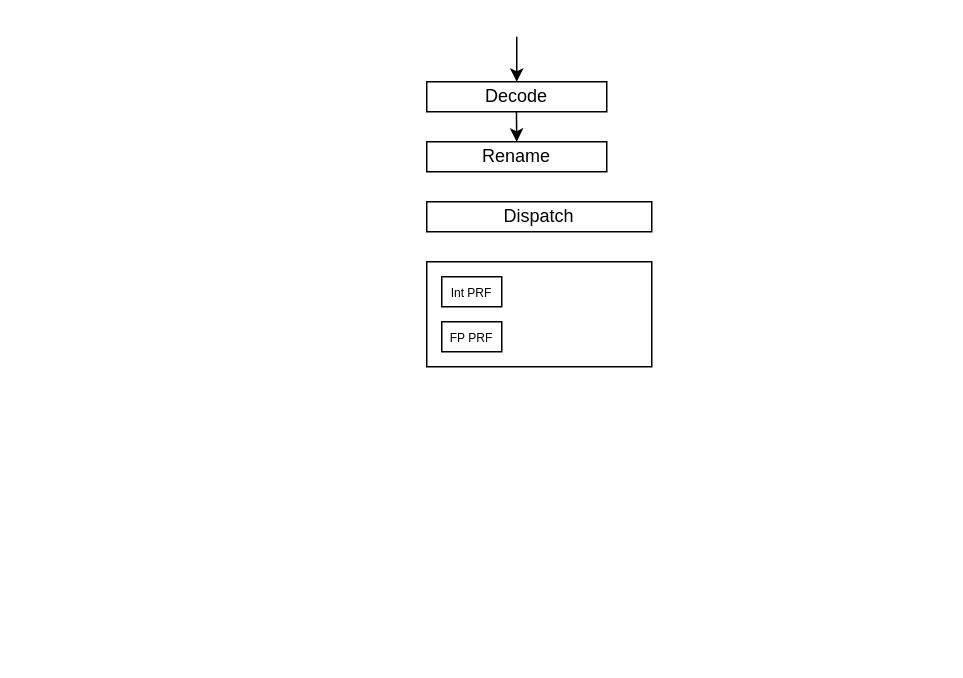
Above: 未命名绘图.drawio in BOSC-Heterogeneous-System-Group/XiangShan (draw.io), before the change. Source tidied: cells renumbered, new cells numbered last; positions are measured from the earlier drawing's top-left corner, leaving out a move shared by most shapes. Both pictures are drawn from the tidied source at 150%, with x=0, y=0 at pixel (426, 36).
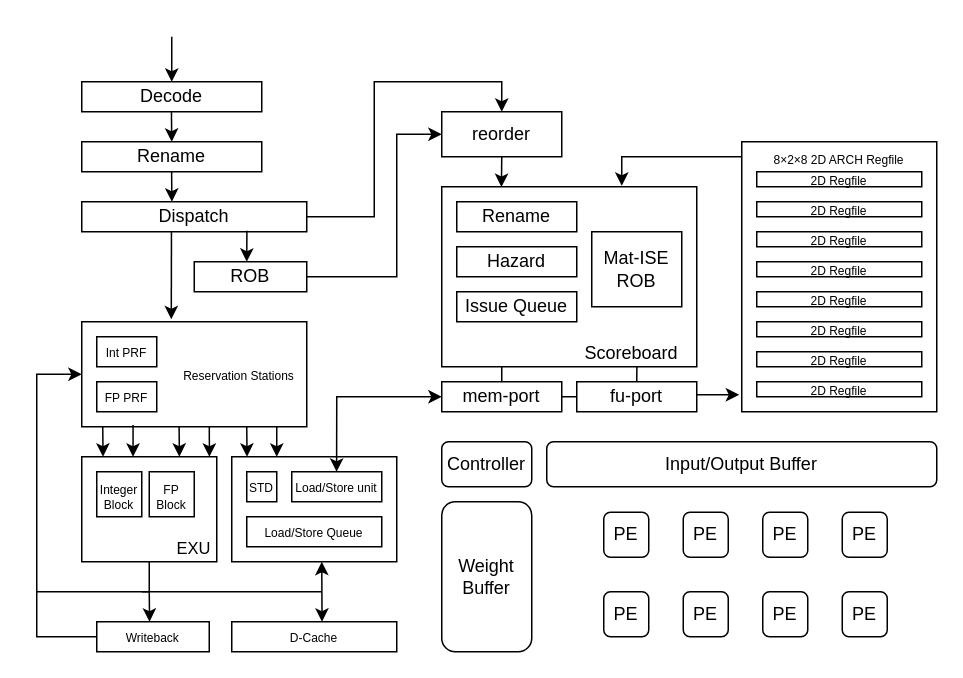
The same diagram, later.

Commit message:
diagram: update ARCH block diagram

What changed in the source:
```diff
@@
+    <mxCell id="10" value="&lt;div&gt;&lt;br&gt;&lt;/div&gt;" style="rounded=0;whiteSpace=wrap;html=1;" parent="1" vertex="1">
+      <mxGeometry x="210" y="70" width="130" height="180" as="geometry" />
+    </mxCell>
-    <mxCell id="2" style="endArrow=classic;html=1;rounded=0;" parent="1" edge="1">
+    <mxCell id="2" style="endArrow=classic;html=1;rounded=0;jumpSize=1;" parent="1" edge="1">
       <mxGeometry relative="1" as="geometry">
-        <mxPoint x="60" as="sourcePoint" />
-        <mxPoint x="60" y="30" as="targetPoint" />
+        <mxPoint x="-170" as="sourcePoint" />
+        <mxPoint x="-170" y="30" as="targetPoint" />
       </mxGeometry>
     </mxCell>
     <mxCell id="3" value="Decode" style="rounded=0;whiteSpace=wrap;html=1;" parent="1" vertex="1">
-      <mxGeometry y="30" width="120" height="20" as="geometry" />
+      <mxGeometry x="-230" y="30" width="120" height="20" as="geometry" />
     </mxCell>
     <mxCell id="4" value="Rename" style="rounded=0;whiteSpace=wrap;html=1;" parent="1" vertex="1">
-      <mxGeometry y="70" width="120" height="20" as="geometry" />
+      <mxGeometry x="-230" y="70" width="120" height="20" as="geometry" />
     </mxCell>
-    <mxCell id="5" style="endArrow=classic;html=1;rounded=0;" parent="1" edge="1">
+    <mxCell id="5" style="endArrow=classic;html=1;rounded=0;jumpSize=1;" parent="1" edge="1">
       <mxGeometry relative="1" as="geometry">
-        <mxPoint x="59.8" y="50" as="sourcePoint" />
-        <mxPoint x="60" y="70" as="targetPoint" />
+        <mxPoint x="-170.2" y="50" as="sourcePoint" />
+        <mxPoint x="-170" y="70" as="targetPoint" />
       </mxGeometry>
     </mxCell>
+    <mxCell id="11" style="edgeStyle=orthogonalEdgeStyle;rounded=0;jettySize=auto;html=1;entryX=0.5;entryY=0;entryDx=0;entryDy=0;" parent="1" edge="1" source="6" target="35">
+      <mxGeometry relative="1" as="geometry" />
+    </mxCell>
     <mxCell id="6" value="Dispatch" style="rounded=0;whiteSpace=wrap;html=1;" parent="1" vertex="1">
-      <mxGeometry y="110" width="150" height="20" as="geometry" />
+      <mxGeometry x="-230" y="110" width="150" height="20" as="geometry" />
     </mxCell>
-    <mxCell id="7" style="rounded=0;whiteSpace=wrap;html=1;" parent="1" vertex="1">
-      <mxGeometry y="150" width="150" height="70" as="geometry" />
+    <mxCell id="7" value="&amp;nbsp; &amp;nbsp; &amp;nbsp; &amp;nbsp; &amp;nbsp; &amp;nbsp; &amp;nbsp; &amp;nbsp; &amp;nbsp; &lt;font style=&quot;font-size: 8px;&quot;&gt;Reservation Stations&lt;/font&gt;" style="rounded=0;whiteSpace=wrap;html=1;" parent="1" vertex="1">
+      <mxGeometry x="-230" y="190" width="150" height="70" as="geometry" />
     </mxCell>
     <mxCell id="8" value="&lt;font style=&quot;font-size: 8px;&quot;&gt;Int PRF&lt;/font&gt;" style="rounded=0;whiteSpace=wrap;html=1;" parent="1" vertex="1">
-      <mxGeometry x="10" y="160" width="40" height="20" as="geometry" />
+      <mxGeometry x="-220" y="200" width="40" height="20" as="geometry" />
     </mxCell>
     <mxCell id="9" value="&lt;font style=&quot;font-size: 8px;&quot;&gt;FP PRF&lt;/font&gt;" style="rounded=0;whiteSpace=wrap;html=1;" parent="1" vertex="1">
-      <mxGeometry x="10" y="190" width="40" height="20" as="geometry" />
+      <mxGeometry x="-220" y="230" width="40" height="20" as="geometry" />
     </mxCell>
+    <mxCell id="12" style="endArrow=classic;html=1;rounded=0;jumpSize=1;" parent="1" edge="1">
+      <mxGeometry relative="1" as="geometry">
+        <mxPoint x="-170.1" y="90" as="sourcePoint" />
+        <mxPoint x="-169.9" y="110" as="targetPoint" />
+      </mxGeometry>
+    </mxCell>
+    <mxCell id="13" style="endArrow=classic;html=1;rounded=0;entryX=0.398;entryY=-0.023;entryDx=0;entryDy=0;entryPerimeter=0;jumpSize=1;" parent="1" edge="1" target="7">
+      <mxGeometry relative="1" as="geometry">
+        <mxPoint x="-170.2" y="130" as="sourcePoint" />
+      </mxGeometry>
+    </mxCell>
+    <mxCell id="14" style="endArrow=classic;html=1;rounded=0;jumpSize=1;" parent="1" edge="1">
+      <mxGeometry relative="1" as="geometry">
+        <mxPoint x="-216" y="260" as="sourcePoint" />
+        <mxPoint x="-215.8" y="280" as="targetPoint" />
+      </mxGeometry>
+    </mxCell>
+    <mxCell id="15" style="endArrow=classic;html=1;rounded=0;exitX=0.228;exitY=0.984;exitDx=0;exitDy=0;exitPerimeter=0;jumpSize=1;" parent="1" edge="1" source="7">
+      <mxGeometry relative="1" as="geometry">
+        <mxPoint x="-196" y="280" as="targetPoint" />
+        <Array as="points">
+          <mxPoint x="-195.8" y="280" />
+        </Array>
+      </mxGeometry>
+    </mxCell>
+    <mxCell id="16" style="endArrow=classic;html=1;rounded=0;jumpSize=1;" parent="1" edge="1">
+      <mxGeometry relative="1" as="geometry">
+        <mxPoint x="-165.1" y="260" as="sourcePoint" />
+        <mxPoint x="-164.9" y="280" as="targetPoint" />
+      </mxGeometry>
+    </mxCell>
+    <mxCell id="17" style="endArrow=classic;html=1;rounded=0;exitX=0.567;exitY=1.003;exitDx=0;exitDy=0;exitPerimeter=0;jumpSize=1;" parent="1" edge="1" source="7">
+      <mxGeometry relative="1" as="geometry">
+        <mxPoint x="-145.1" y="280" as="targetPoint" />
+        <Array as="points">
+          <mxPoint x="-144.9" y="280" />
+        </Array>
+      </mxGeometry>
+    </mxCell>
+    <mxCell id="18" style="endArrow=classic;html=1;rounded=0;jumpSize=1;" parent="1" edge="1">
+      <mxGeometry relative="1" as="geometry">
+        <mxPoint x="-120" y="260" as="sourcePoint" />
+        <mxPoint x="-119.8" y="280" as="targetPoint" />
+      </mxGeometry>
+    </mxCell>
+    <mxCell id="19" style="endArrow=classic;html=1;rounded=0;jumpSize=1;" parent="1" edge="1">
+      <mxGeometry relative="1" as="geometry">
+        <mxPoint x="-100" y="260" as="sourcePoint" />
+        <mxPoint x="-100" y="280" as="targetPoint" />
+      </mxGeometry>
+    </mxCell>
+    <mxCell id="20" style="rounded=0;whiteSpace=wrap;html=1;" parent="1" vertex="1">
+      <mxGeometry x="-230" y="280" width="90" height="70" as="geometry" />
+    </mxCell>
+    <mxCell id="21" style="edgeStyle=orthogonalEdgeStyle;rounded=0;jettySize=auto;html=1;entryX=0;entryY=0.5;entryDx=0;entryDy=0;exitX=0.5;exitY=1;exitDx=0;exitDy=0;" parent="1" edge="1" source="20" target="7">
+      <mxGeometry relative="1" as="geometry">
+        <Array as="points">
+          <mxPoint x="-185" y="370" />
+          <mxPoint x="-260" y="370" />
+          <mxPoint x="-260" y="225" />
+        </Array>
+      </mxGeometry>
+    </mxCell>
+    <mxCell id="22" value="&lt;font style=&quot;font-size: 8px;&quot;&gt;Integer&lt;/font&gt;&lt;div style=&quot;font-size: 8px;&quot;&gt;&lt;font style=&quot;font-size: 8px;&quot;&gt;Block&lt;/font&gt;&lt;/div&gt;" style="rounded=0;whiteSpace=wrap;html=1;" parent="1" vertex="1">
+      <mxGeometry x="-220" y="290" width="30" height="30" as="geometry" />
+    </mxCell>
+    <mxCell id="23" value="&lt;span style=&quot;font-size: 8px;&quot;&gt;FP&lt;/span&gt;&lt;br&gt;&lt;div style=&quot;font-size: 8px;&quot;&gt;&lt;font style=&quot;font-size: 8px;&quot;&gt;Block&lt;/font&gt;&lt;/div&gt;" style="rounded=0;whiteSpace=wrap;html=1;" parent="1" vertex="1">
+      <mxGeometry x="-185" y="290" width="30" height="30" as="geometry" />
+    </mxCell>
+    <mxCell id="24" value="&lt;font style=&quot;font-size: 11px;&quot;&gt;EXU&lt;/font&gt;" style="rounded=0;whiteSpace=wrap;html=1;strokeColor=none;" parent="1" vertex="1">
+      <mxGeometry x="-165" y="340" width="20" as="geometry" />
+    </mxCell>
+    <mxCell id="25" style="rounded=0;whiteSpace=wrap;html=1;" parent="1" vertex="1">
+      <mxGeometry x="-130" y="280" width="110" height="70" as="geometry" />
+    </mxCell>
+    <mxCell id="26" value="&lt;span style=&quot;font-size: 8px;&quot;&gt;Load/Store Queue&lt;/span&gt;" style="rounded=0;whiteSpace=wrap;html=1;" parent="1" vertex="1">
+      <mxGeometry x="-120" y="320" width="90" height="20" as="geometry" />
+    </mxCell>
+    <mxCell id="27" value="&lt;span style=&quot;font-size: 8px;&quot;&gt;D-Cache&lt;/span&gt;" style="rounded=0;whiteSpace=wrap;html=1;" parent="1" vertex="1">
+      <mxGeometry x="-130" y="390" width="110" height="20" as="geometry" />
+    </mxCell>
+    <mxCell id="28" value="&lt;span style=&quot;font-size: 8px;&quot;&gt;Load/Store unit&lt;/span&gt;" style="rounded=0;whiteSpace=wrap;html=1;" parent="1" vertex="1">
+      <mxGeometry x="-90" y="290" width="60" height="20" as="geometry" />
+    </mxCell>
+    <mxCell id="29" value="&lt;span style=&quot;font-size: 8px;&quot;&gt;STD&lt;/span&gt;" style="rounded=0;whiteSpace=wrap;html=1;" parent="1" vertex="1">
+      <mxGeometry x="-120" y="290" width="20" height="20" as="geometry" />
+    </mxCell>
+    <mxCell id="30" style="endArrow=classic;startArrow=classic;html=1;rounded=0;jumpSize=1;exitX=0.5;exitY=0;exitDx=0;exitDy=0;" parent="1" edge="1">
+      <mxGeometry relative="1" as="geometry">
+        <mxPoint x="-69.8" y="390" as="sourcePoint" />
+        <mxPoint x="-70" y="350" as="targetPoint" />
+      </mxGeometry>
+    </mxCell>
+    <mxCell id="31" style="endArrow=none;html=1;rounded=0;" parent="1" edge="1">
+      <mxGeometry relative="1" as="geometry">
+        <mxPoint x="-190" y="370" as="sourcePoint" />
+        <mxPoint x="-70" y="370" as="targetPoint" />
+        <Array as="points">
+          <mxPoint x="-130" y="370" />
+        </Array>
+      </mxGeometry>
+    </mxCell>
+    <mxCell id="32" style="edgeStyle=orthogonalEdgeStyle;rounded=0;jettySize=auto;html=1;entryX=0;entryY=0.5;entryDx=0;entryDy=0;" parent="1" edge="1" source="33" target="35">
+      <mxGeometry relative="1" as="geometry">
+        <Array as="points">
+          <mxPoint x="-20" y="160" />
+          <mxPoint x="-20" y="65" />
+        </Array>
+      </mxGeometry>
+    </mxCell>
+    <mxCell id="33" value="ROB" style="rounded=0;whiteSpace=wrap;html=1;" parent="1" vertex="1">
+      <mxGeometry x="-155" y="150" width="75" height="20" as="geometry" />
+    </mxCell>
+    <mxCell id="34" style="endArrow=classic;html=1;rounded=0;jumpSize=1;exitX=0.734;exitY=0.97;exitDx=0;exitDy=0;exitPerimeter=0;" parent="1" edge="1" source="6">
+      <mxGeometry relative="1" as="geometry">
+        <mxPoint x="-120" y="150" as="targetPoint" />
+      </mxGeometry>
+    </mxCell>
+    <mxCell id="35" value="reorder" style="rounded=0;whiteSpace=wrap;html=1;" parent="1" vertex="1">
+      <mxGeometry x="10" y="50" width="80" height="30" as="geometry" />
+    </mxCell>
+    <mxCell id="36" value="&lt;div&gt;&lt;br&gt;&lt;/div&gt;&lt;div&gt;&lt;br&gt;&lt;/div&gt;&lt;div&gt;&lt;br&gt;&lt;/div&gt;&lt;div&gt;&lt;br&gt;&lt;/div&gt;&lt;div&gt;&lt;br&gt;&lt;/div&gt;&lt;div&gt;&lt;span style=&quot;background-color: initial;&quot;&gt;&amp;nbsp; &amp;nbsp; &amp;nbsp; &amp;nbsp; &amp;nbsp; &amp;nbsp; &amp;nbsp; &amp;nbsp; &amp;nbsp; &amp;nbsp; &amp;nbsp;&lt;/span&gt;&lt;/div&gt;&lt;div&gt;&lt;span style=&quot;background-color: initial;&quot;&gt;&amp;nbsp; &amp;nbsp; &amp;nbsp; &amp;nbsp; &amp;nbsp; &amp;nbsp; &amp;nbsp; &amp;nbsp;&lt;/span&gt;&lt;/div&gt;&lt;div&gt;&lt;span style=&quot;background-color: initial;&quot;&gt;&amp;nbsp; &amp;nbsp; &amp;nbsp; &amp;nbsp; &amp;nbsp; &amp;nbsp; &amp;nbsp; &amp;nbsp; &amp;nbsp; &amp;nbsp; &amp;nbsp; &amp;nbsp; &amp;nbsp;Scoreboard&lt;/span&gt;&lt;br&gt;&lt;/div&gt;" style="rounded=0;whiteSpace=wrap;html=1;" parent="1" vertex="1">
+      <mxGeometry x="10" y="100" width="170" height="120" as="geometry" />
+    </mxCell>
+    <mxCell id="37" value="Rename" style="rounded=0;whiteSpace=wrap;html=1;" parent="1" vertex="1">
+      <mxGeometry x="20" y="110" width="80" height="20" as="geometry" />
+    </mxCell>
+    <mxCell id="38" value="Hazard" style="rounded=0;whiteSpace=wrap;html=1;" parent="1" vertex="1">
+      <mxGeometry x="20" y="140" width="80" height="20" as="geometry" />
+    </mxCell>
+    <mxCell id="39" value="Issue Queue" style="rounded=0;whiteSpace=wrap;html=1;" parent="1" vertex="1">
+      <mxGeometry x="20" y="170" width="80" height="20" as="geometry" />
+    </mxCell>
+    <mxCell id="40" value="&lt;div&gt;Mat-ISE&lt;/div&gt;&lt;div&gt;ROB&lt;/div&gt;" style="rounded=0;whiteSpace=wrap;html=1;" parent="1" vertex="1">
+      <mxGeometry x="110" y="130" width="60" height="50" as="geometry" />
+    </mxCell>
+    <mxCell id="41" style="edgeStyle=orthogonalEdgeStyle;rounded=0;jettySize=auto;html=1;entryX=-0.013;entryY=0.937;entryDx=0;entryDy=0;entryPerimeter=0;" parent="1" edge="1" source="42" target="10">
+      <mxGeometry relative="1" as="geometry" />
+    </mxCell>
+    <mxCell id="42" value="mem-port" style="rounded=0;whiteSpace=wrap;html=1;" parent="1" vertex="1">
+      <mxGeometry x="10" y="230" width="80" height="20" as="geometry" />
+    </mxCell>
+    <mxCell id="43" value="fu-port" style="rounded=0;whiteSpace=wrap;html=1;" parent="1" vertex="1">
+      <mxGeometry x="100" y="230" width="80" height="20" as="geometry" />
+    </mxCell>
+    <mxCell id="44" style="endArrow=classic;startArrow=classic;html=1;rounded=0;jumpSize=1;exitX=0.5;exitY=0;exitDx=0;exitDy=0;" parent="1" edge="1" target="42">
+      <mxGeometry relative="1" as="geometry">
+        <mxPoint x="-60.1" y="290" as="sourcePoint" />
+        <Array as="points">
+          <mxPoint x="-60" y="240" />
+        </Array>
+      </mxGeometry>
+    </mxCell>
+    <mxCell id="45" value="&lt;div&gt;&lt;font style=&quot;font-size: 8px;&quot;&gt;2D Regfile&lt;/font&gt;&lt;/div&gt;" style="rounded=0;whiteSpace=wrap;html=1;" parent="1" vertex="1">
+      <mxGeometry x="220" y="90" width="110" height="10" as="geometry" />
+    </mxCell>
+    <mxCell id="46" value="&lt;div&gt;&lt;font style=&quot;font-size: 8px;&quot;&gt;2D Regfile&lt;/font&gt;&lt;/div&gt;" style="rounded=0;whiteSpace=wrap;html=1;" parent="1" vertex="1">
+      <mxGeometry x="220" y="110" width="110" height="10" as="geometry" />
+    </mxCell>
+    <mxCell id="47" value="&lt;div&gt;&lt;font style=&quot;font-size: 8px;&quot;&gt;2D Regfile&lt;/font&gt;&lt;/div&gt;" style="rounded=0;whiteSpace=wrap;html=1;" parent="1" vertex="1">
+      <mxGeometry x="220" y="130" width="110" height="10" as="geometry" />
+    </mxCell>
+    <mxCell id="48" value="&lt;div&gt;&lt;font style=&quot;font-size: 8px;&quot;&gt;2D Regfile&lt;/font&gt;&lt;/div&gt;" style="rounded=0;whiteSpace=wrap;html=1;" parent="1" vertex="1">
+      <mxGeometry x="220" y="150" width="110" height="10" as="geometry" />
+    </mxCell>
+    <mxCell id="49" value="&lt;div&gt;&lt;font style=&quot;font-size: 8px;&quot;&gt;2D Regfile&lt;/font&gt;&lt;/div&gt;" style="rounded=0;whiteSpace=wrap;html=1;" parent="1" vertex="1">
+      <mxGeometry x="220" y="170" width="110" height="10" as="geometry" />
+    </mxCell>
+    <mxCell id="50" value="&lt;div&gt;&lt;font style=&quot;font-size: 8px;&quot;&gt;2D Regfile&lt;/font&gt;&lt;/div&gt;" style="rounded=0;whiteSpace=wrap;html=1;" parent="1" vertex="1">
+      <mxGeometry x="220" y="190" width="110" height="10" as="geometry" />
+    </mxCell>
+    <mxCell id="51" value="&lt;div&gt;&lt;font style=&quot;font-size: 8px;&quot;&gt;2D Regfile&lt;/font&gt;&lt;/div&gt;" style="rounded=0;whiteSpace=wrap;html=1;" parent="1" vertex="1">
+      <mxGeometry x="220" y="210" width="110" height="10" as="geometry" />
+    </mxCell>
+    <mxCell id="52" value="&lt;div&gt;&lt;font style=&quot;font-size: 8px;&quot;&gt;2D Regfile&lt;/font&gt;&lt;/div&gt;" style="rounded=0;whiteSpace=wrap;html=1;" parent="1" vertex="1">
+      <mxGeometry x="220" y="230" width="110" height="10" as="geometry" />
+    </mxCell>
+    <mxCell id="53" value="&lt;div&gt;&lt;font style=&quot;font-size: 8px;&quot;&gt;8×2×8 2D ARCH Regfile&lt;/font&gt;&lt;/div&gt;" style="rounded=0;whiteSpace=wrap;html=1;strokeColor=none;" parent="1" vertex="1">
+      <mxGeometry x="230" y="80" width="90" as="geometry" />
+    </mxCell>
+    <mxCell id="54" style="edgeStyle=orthogonalEdgeStyle;rounded=0;orthogonalLoop=1;jettySize=auto;html=1;entryX=0.434;entryY=0;entryDx=0;entryDy=0;entryPerimeter=0;" parent="1" edge="1" source="53" target="53">
+      <mxGeometry relative="1" as="geometry" />
+    </mxCell>
+    <mxCell id="55" style="endArrow=none;html=1;rounded=0;" parent="1" edge="1">
+      <mxGeometry relative="1" as="geometry">
+        <mxPoint x="50" y="230" as="sourcePoint" />
+        <mxPoint x="50" y="220" as="targetPoint" />
+        <Array as="points">
+          <mxPoint x="49.7" y="230" />
+        </Array>
+      </mxGeometry>
+    </mxCell>
+    <mxCell id="56" style="endArrow=none;html=1;rounded=0;" parent="1" edge="1">
+      <mxGeometry relative="1" as="geometry">
+        <mxPoint x="140.1" y="220" as="sourcePoint" />
+        <mxPoint x="140" y="230" as="targetPoint" />
+        <Array as="points">
+          <mxPoint x="139.8" y="220" />
+        </Array>
+      </mxGeometry>
+    </mxCell>
+    <mxCell id="57" style="endArrow=classic;html=1;rounded=0;entryX=0.294;entryY=0;entryDx=0;entryDy=0;entryPerimeter=0;exitX=0.5;exitY=1;exitDx=0;exitDy=0;" parent="1" edge="1" source="35">
+      <mxGeometry relative="1" as="geometry">
+        <mxPoint x="49.8" y="100.2" as="targetPoint" />
+      </mxGeometry>
+    </mxCell>
+    <mxCell id="58" style="endArrow=classic;html=1;rounded=0;entryX=0.706;entryY=-0.005;entryDx=0;entryDy=0;entryPerimeter=0;" parent="1" edge="1" target="36">
+      <mxGeometry relative="1" as="geometry">
+        <mxPoint x="210" y="80" as="sourcePoint" />
+        <Array as="points">
+          <mxPoint x="180" y="80" />
+          <mxPoint x="150" y="80" />
+          <mxPoint x="130" y="80" />
+        </Array>
+      </mxGeometry>
+    </mxCell>
+    <mxCell id="59" value="Controller" style="rounded=1;whiteSpace=wrap;html=1;" parent="1" vertex="1">
+      <mxGeometry x="10" y="270" width="60" height="30" as="geometry" />
+    </mxCell>
+    <mxCell id="60" value="Weight Buffer" style="rounded=1;whiteSpace=wrap;html=1;" parent="1" vertex="1">
+      <mxGeometry x="10" y="310" width="60" height="100" as="geometry" />
+    </mxCell>
+    <mxCell id="61" value="Input/Output Buffer" style="rounded=1;whiteSpace=wrap;html=1;" parent="1" vertex="1">
+      <mxGeometry x="80" y="270" width="260" height="30" as="geometry" />
+    </mxCell>
+    <mxCell id="62" value="PE" style="rounded=1;whiteSpace=wrap;html=1;" parent="1" vertex="1">
+      <mxGeometry x="118" y="317" width="30" height="30" as="geometry" />
+    </mxCell>
+    <mxCell id="63" value="PE" style="rounded=1;whiteSpace=wrap;html=1;" parent="1" vertex="1">
+      <mxGeometry x="171" y="317" width="30" height="30" as="geometry" />
+    </mxCell>
+    <mxCell id="64" value="PE" style="rounded=1;whiteSpace=wrap;html=1;" parent="1" vertex="1">
+      <mxGeometry x="224" y="317" width="30" height="30" as="geometry" />
+    </mxCell>
+    <mxCell id="65" value="PE" style="rounded=1;whiteSpace=wrap;html=1;" parent="1" vertex="1">
+      <mxGeometry x="277" y="317" width="30" height="30" as="geometry" />
+    </mxCell>
+    <mxCell id="66" value="&lt;span style=&quot;font-size: 8px;&quot;&gt;Writeback&lt;/span&gt;" style="rounded=0;whiteSpace=wrap;html=1;" parent="1" vertex="1">
+      <mxGeometry x="-220" y="390" width="75" height="20" as="geometry" />
+    </mxCell>
+    <mxCell id="67" style="endArrow=none;html=1;rounded=0;exitX=0;exitY=0.5;exitDx=0;exitDy=0;" parent="1" edge="1" source="66">
+      <mxGeometry relative="1" as="geometry">
+        <mxPoint x="-260" y="370" as="targetPoint" />
+        <Array as="points">
+          <mxPoint x="-260" y="400" />
+          <mxPoint x="-260" y="390" />
+        </Array>
+      </mxGeometry>
+    </mxCell>
+    <mxCell id="68" style="endArrow=classic;html=1;rounded=0;jumpSize=1;" parent="1" edge="1">
+      <mxGeometry relative="1" as="geometry">
+        <mxPoint x="-185" y="370" as="sourcePoint" />
+        <mxPoint x="-184.8" y="390" as="targetPoint" />
+      </mxGeometry>
+    </mxCell>
+    <mxCell id="69" value="PE" style="rounded=1;whiteSpace=wrap;html=1;" parent="1" vertex="1">
+      <mxGeometry x="118" y="370" width="30" height="30" as="geometry" />
+    </mxCell>
+    <mxCell id="70" value="PE" style="rounded=1;whiteSpace=wrap;html=1;" parent="1" vertex="1">
+      <mxGeometry x="171" y="370" width="30" height="30" as="geometry" />
+    </mxCell>
+    <mxCell id="71" value="PE" style="rounded=1;whiteSpace=wrap;html=1;" parent="1" vertex="1">
+      <mxGeometry x="224" y="370" width="30" height="30" as="geometry" />
+    </mxCell>
+    <mxCell id="72" value="PE" style="rounded=1;whiteSpace=wrap;html=1;" parent="1" vertex="1">
+      <mxGeometry x="277" y="370" width="30" height="30" as="geometry" />
+    </mxCell>
```
